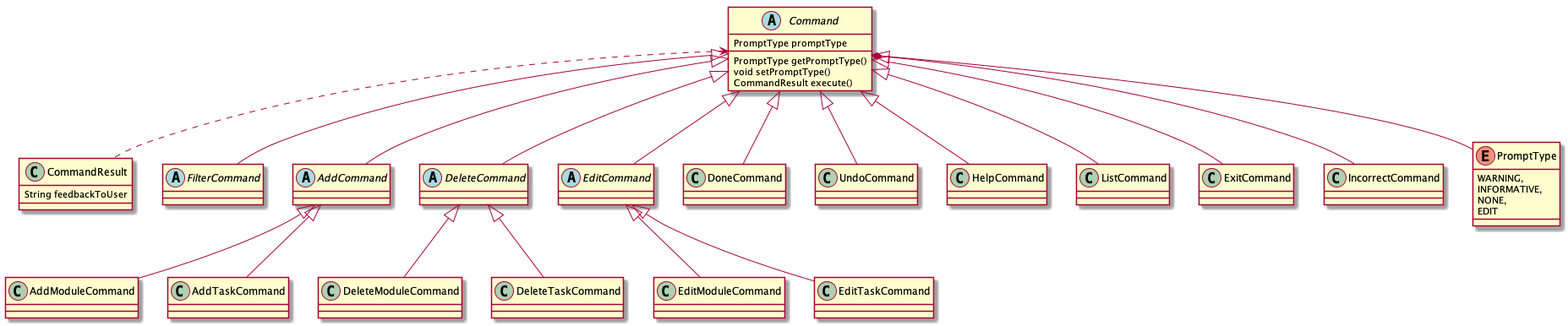
This is docs/diagrams/CommandClassDiagram.png from wangqinNick/tp, a PlantUML export, as it was before one commit.
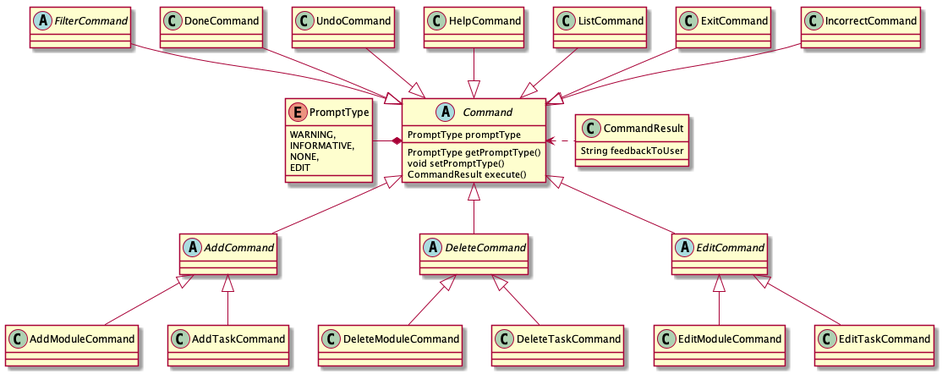
The same diagram one commit later.

The edit, as a diff of the source:
```diff
@@ -1,4 +1,5 @@
 @startuml
+
 
 abstract class Command {
     PromptType promptType
@@ -38,6 +39,17 @@
     EDIT
 }
 
+DoneCommand --|> Command
+HelpCommand --|> Command
+ListCommand --|> Command
+UndoCommand --|> Command
+ExitCommand --|> Command
+IncorrectCommand --|> Command
+FilterCommand --|> Command
+
+PromptType -* Command
+Command <. CommandResult
+
 AddCommand <|-- AddModuleCommand
 AddCommand <|-- AddTaskCommand
 DeleteCommand <|-- DeleteModuleCommand
@@ -45,18 +57,9 @@
 EditCommand <|-- EditModuleCommand
 EditCommand <|-- EditTaskCommand
 
-Command <|-- AddCommand
 Command <|-- DeleteCommand
 Command <|-- EditCommand
-Command <|-- FilterCommand
-Command <|-- DoneCommand
-Command <|-- HelpCommand
-Command <|-- ListCommand
-Command <|-- UndoCommand
-Command <|-- ExitCommand
-Command <|-- IncorrectCommand
+Command <|-- AddCommand
 
-Command *-- PromptType
-Command <.. CommandResult
 
 @enduml
```
